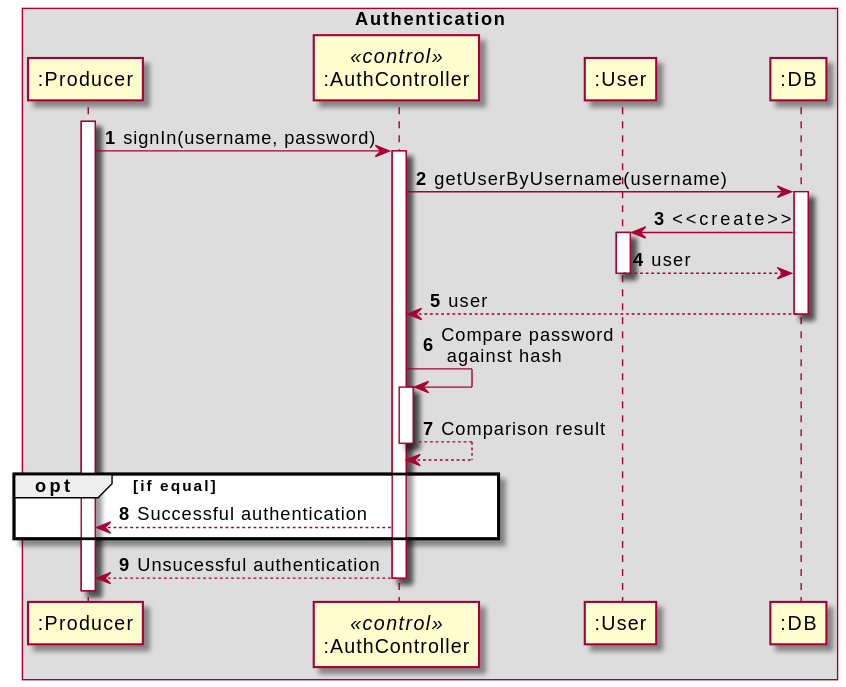
The PlantUML diagram uml/sequence_diagrams/operation/authentication.svg in amatzen/SE02-SE-G02-SPRO, before a commit. The source it was exported from:
```plantuml
@startuml

autonumber

box "Authentication"
    participant ":Producer" as producer
    participant ":AuthController" as authController <<control>>
    participant ":User" as user
    participant ":DB" as db
end box

activate producer
producer -> authController : signIn(username, password)
activate authController
authController -> db : getUserByUsername(username)
activate db
db -> user : <<create>>
activate user
db <-- user : user
deactivate user
authController <-- db : user
deactivate db

authController -> authController : Compare password\n against hash
activate authController
authController <-- authController : Comparison result
deactivate authController

opt if equal
authController --> producer : Successful authentication
end
producer <-- authController : Unsucessful authentication
deactivate authController

@enduml
```
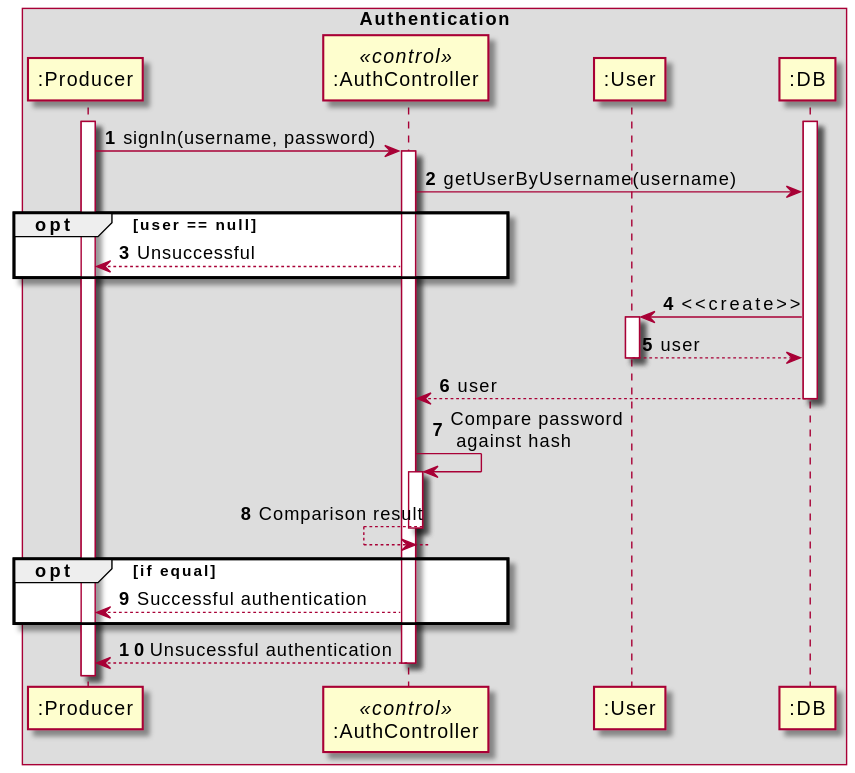
The same diagram one commit later.

The edit, as a diff of the source:
```diff
@@ -13,6 +13,11 @@
 producer -> authController : signIn(username, password)
 activate authController
 authController -> db : getUserByUsername(username)
+
+opt user == null
+producer <-- authController : Unsuccessful
+end
+
 activate db
 db -> user : <<create>>
 activate user
```
